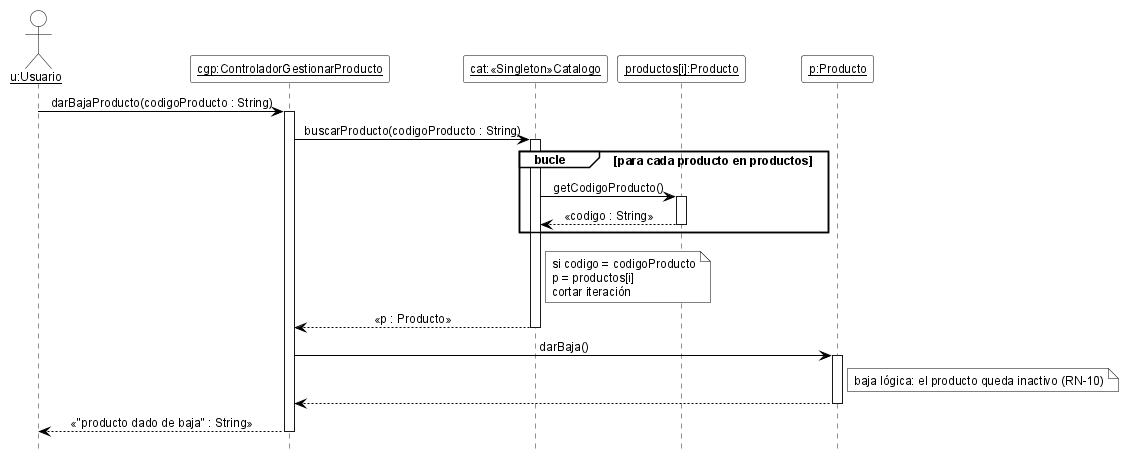
The PlantUML diagram 08-Diagrama De Secuencia/DSD_CU-04_darBajaProducto.png in cirotop/Stock-Project, before a commit.
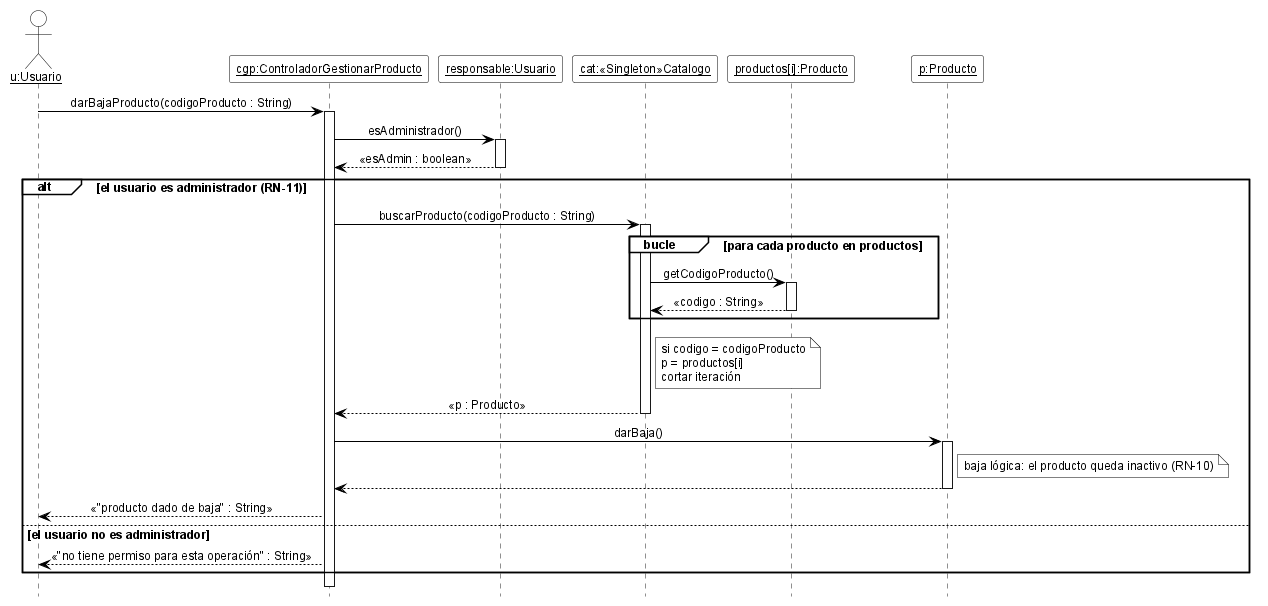
The same file after the commit.

What changed in the source:
```diff
@@ -21,25 +21,33 @@
 
 actor "<u>u:Usuario</u>" as u
 participant "<u>cgp:ControladorGestionarProducto</u>" as cgp
+participant "<u>responsable:Usuario</u>" as resp
 participant "<u>cat:«Singleton»Catalogo</u>" as cat
 participant "<u>productos[i]:Producto</u>" as pi
 participant "<u>p:Producto</u>" as p
 
 u -> cgp ++ : darBajaProducto(codigoProducto : String)
-cgp -> cat ++ : buscarProducto(codigoProducto : String)
-group bucle [para cada producto en productos]
-  cat -> pi ++ : getCodigoProducto()
-  pi --> cat -- : «codigo : String»
+cgp -> resp ++ : esAdministrador()
+resp --> cgp -- : «esAdmin : boolean»
+alt el usuario es administrador (RN-11)
+  cgp -> cat ++ : buscarProducto(codigoProducto : String)
+  group bucle [para cada producto en productos]
+    cat -> pi ++ : getCodigoProducto()
+    pi --> cat -- : «codigo : String»
+  end
+  note right of cat
+    si codigo = codigoProducto
+    p = productos[i]
+    cortar iteración
+  end note
+  cat --> cgp -- : «p : Producto»
+  cgp -> p ++ : darBaja()
+  note right of p : baja lógica: el producto queda inactivo (RN-10)
+  p --> cgp --
+  cgp --> u : «"producto dado de baja" : String»
+else el usuario no es administrador
+  cgp --> u : «"no tiene permiso para esta operación" : String»
 end
-note right of cat
-  si codigo = codigoProducto
-  p = productos[i]
-  cortar iteración
-end note
-cat --> cgp -- : «p : Producto»
-cgp -> p ++ : darBaja()
-note right of p : baja lógica: el producto queda inactivo (RN-10)
-p --> cgp --
-cgp --> u -- : «"producto dado de baja" : String»
+deactivate cgp
 
 @enduml
```
